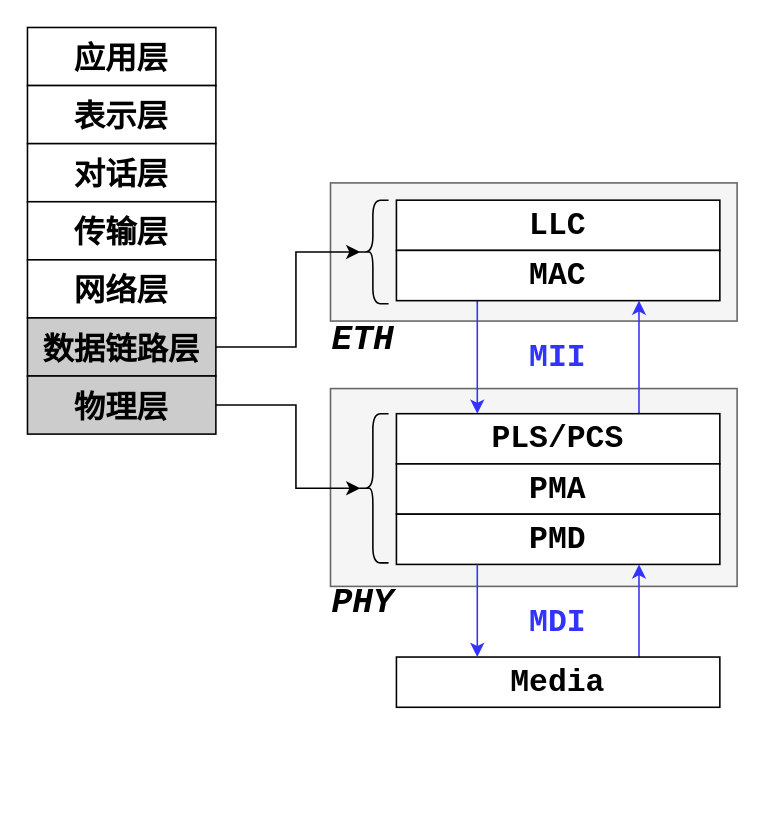
This is sec_learning/Tech_Computer_Architerture/Protocol_Ethernet_Basic_Architecture/pic/drawio/eth.drawio from zobinHuang/zobinhuang.github.io, a draw.io file, before an edit. Source tidied: cells renumbered, new cells numbered last; positions are measured from the earlier drawing's top-left corner, leaving out a move shared by most shapes. Both pictures are drawn from the tidied source at 157%, with x=0, y=0 at pixel (27, 27).
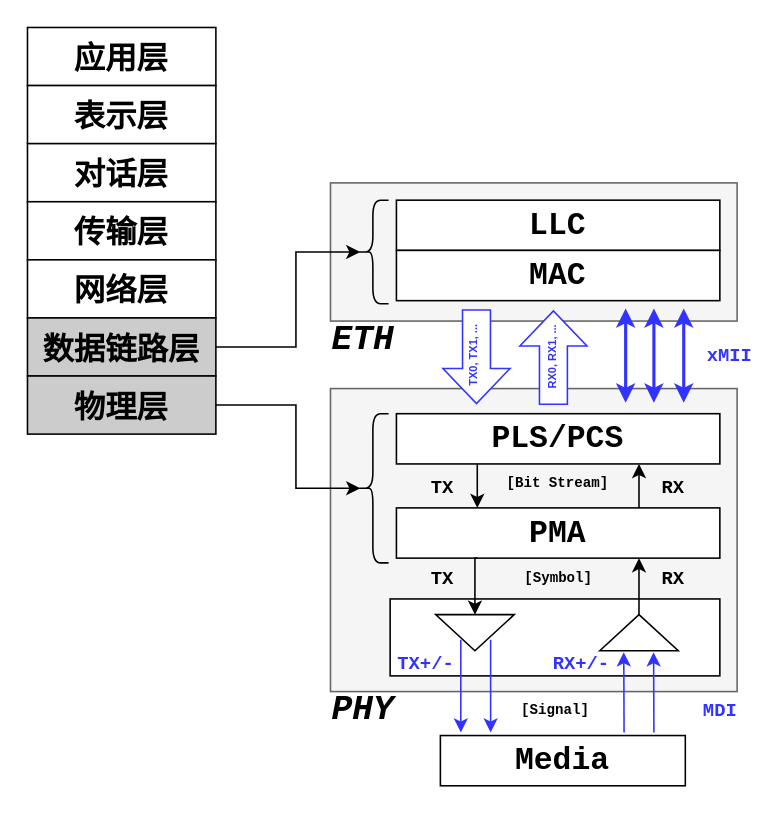
The same page after the edit.

Unchanged cells that the change refers to:
```xml
<mxCell id="13" value="&lt;font&gt;&lt;span style=&quot;font-size: 20px;&quot;&gt;&lt;b&gt;MAC&lt;/b&gt;&lt;/span&gt;&lt;/font&gt;" style="rounded=0;whiteSpace=wrap;html=1;fontFamily=Courier New;" parent="1" vertex="1">
  <mxGeometry x="235" y="142" width="206" height="32" as="geometry" />
</mxCell>
<mxCell id="17" value="&lt;font&gt;&lt;span style=&quot;font-size: 20px;&quot;&gt;&lt;b&gt;PLS/PCS&lt;/b&gt;&lt;/span&gt;&lt;/font&gt;" style="rounded=0;whiteSpace=wrap;html=1;fontFamily=Courier New;" parent="1" vertex="1">
  <mxGeometry x="235" y="246" width="206" height="32" as="geometry" />
</mxCell>
```

The edit, as a diff of the source:
```diff
@@
+    <mxCell id="3" style="rounded=0;whiteSpace=wrap;html=1;fontFamily=Courier New;strokeColor=#666666;fillColor=#f5f5f5;fontColor=#333333;" parent="1" vertex="1">
+      <mxGeometry x="193" y="230" width="259" height="193" as="geometry" />
+    </mxCell>
+    <mxCell id="18" value="&lt;font&gt;&lt;span style=&quot;font-size: 20px;&quot;&gt;&lt;b&gt;PMA&lt;/b&gt;&lt;/span&gt;&lt;/font&gt;" style="rounded=0;whiteSpace=wrap;html=1;fontFamily=Courier New;" parent="3" vertex="1">
+      <mxGeometry x="42" y="76" width="206" height="32" as="geometry" />
+    </mxCell>
+    <mxCell id="29" value="&lt;font style=&quot;font-size: 12px;&quot;&gt;&lt;span style=&quot;font-size: 12px;&quot;&gt;TX&lt;/span&gt;&lt;/font&gt;" style="text;html=1;strokeColor=none;fillColor=none;align=center;verticalAlign=middle;whiteSpace=wrap;rounded=0;fontFamily=Courier New;fontSize=12;fontColor=#000000;fontStyle=1;" parent="3" vertex="1">
+      <mxGeometry x="57" y="59" width="29" height="9" as="geometry" />
+    </mxCell>
+    <mxCell id="30" value="&lt;font style=&quot;font-size: 12px;&quot;&gt;&lt;span style=&quot;font-size: 12px;&quot;&gt;TX&lt;/span&gt;&lt;/font&gt;" style="text;html=1;strokeColor=none;fillColor=none;align=center;verticalAlign=middle;whiteSpace=wrap;rounded=0;fontFamily=Courier New;fontSize=12;fontColor=#000000;fontStyle=1;" parent="3" vertex="1">
+      <mxGeometry x="57" y="117" width="29" height="9" as="geometry" />
+    </mxCell>
+    <mxCell id="31" value="&lt;font style=&quot;font-size: 12px;&quot;&gt;&lt;span style=&quot;font-size: 12px;&quot;&gt;RX&lt;/span&gt;&lt;/font&gt;" style="text;html=1;strokeColor=none;fillColor=none;align=center;verticalAlign=middle;whiteSpace=wrap;rounded=0;fontFamily=Courier New;fontSize=12;fontColor=#000000;fontStyle=1;" parent="3" vertex="1">
+      <mxGeometry x="204" y="117" width="29" height="9" as="geometry" />
+    </mxCell>
+    <mxCell id="32" value="&lt;font style=&quot;font-size: 12px;&quot;&gt;&lt;span style=&quot;font-size: 12px;&quot;&gt;RX&lt;/span&gt;&lt;/font&gt;" style="text;html=1;strokeColor=none;fillColor=none;align=center;verticalAlign=middle;whiteSpace=wrap;rounded=0;fontFamily=Courier New;fontSize=12;fontColor=#000000;fontStyle=1;" parent="3" vertex="1">
+      <mxGeometry x="204" y="59" width="29" height="9" as="geometry" />
+    </mxCell>
+    <mxCell id="33" value="&lt;font style=&quot;font-size: 9px&quot;&gt;&lt;span style=&quot;font-size: 9px&quot;&gt;[Symbol]&lt;/span&gt;&lt;/font&gt;" style="text;html=1;strokeColor=none;fillColor=none;align=center;verticalAlign=middle;whiteSpace=wrap;rounded=0;fontFamily=Courier New;fontSize=9;fontColor=#000000;fontStyle=1;" parent="3" vertex="1">
+      <mxGeometry x="130.5" y="117" width="29" height="9" as="geometry" />
+    </mxCell>
+    <mxCell id="34" value="&lt;font style=&quot;font-size: 9px&quot;&gt;&lt;span style=&quot;font-size: 9px&quot;&gt;[Bit Stream]&lt;/span&gt;&lt;/font&gt;" style="text;html=1;strokeColor=none;fillColor=none;align=center;verticalAlign=middle;whiteSpace=wrap;rounded=0;fontFamily=Courier New;fontSize=9;fontColor=#000000;fontStyle=1;" parent="3" vertex="1">
+      <mxGeometry x="107.2" y="56" width="75.5" height="9" as="geometry" />
+    </mxCell>
+    <mxCell id="19" style="rounded=0;whiteSpace=wrap;html=1;fontFamily=Courier New;" parent="1" vertex="1">
+      <mxGeometry x="231" y="364" width="210" height="49" as="geometry" />
+    </mxCell>
@@
-    <mxCell id="3" style="rounded=0;whiteSpace=wrap;html=1;fontFamily=Courier New;strokeColor=#666666;fillColor=#f5f5f5;fontColor=#333333;" parent="1" vertex="1">
-      <mxGeometry x="193" y="230" width="259" height="126" as="geometry" />
-    </mxCell>
@@
-    <mxCell id="12" style="edgeStyle=orthogonalEdgeStyle;rounded=0;jettySize=auto;html=1;entryX=0.25;entryY=0;entryDx=0;entryDy=0;fontFamily=Courier New;fontSize=20;exitX=0.25;exitY=1;exitDx=0;exitDy=0;strokeColor=#3333FF;" parent="1" edge="1" source="13" target="17">
-      <mxGeometry relative="1" as="geometry" />
-    </mxCell>
@@
-    <mxCell id="16" style="edgeStyle=orthogonalEdgeStyle;rounded=0;jettySize=auto;html=1;entryX=0.75;entryY=1;entryDx=0;entryDy=0;fontFamily=Courier New;fontSize=20;exitX=0.75;exitY=0;exitDx=0;exitDy=0;strokeColor=#3333FF;" parent="1" edge="1" source="17" target="13">
-      <mxGeometry relative="1" as="geometry" />
-    </mxCell>
+    <mxCell id="35" style="edgeStyle=orthogonalEdgeStyle;rounded=0;jettySize=auto;html=1;entryX=0.25;entryY=0;entryDx=0;entryDy=0;exitX=0.25;exitY=1;exitDx=0;exitDy=0;" parent="1" edge="1" source="17" target="18">
+      <mxGeometry relative="1" as="geometry" />
+    </mxCell>
@@
-    <mxCell id="18" value="&lt;font&gt;&lt;span style=&quot;font-size: 20px;&quot;&gt;&lt;b&gt;PMA&lt;/b&gt;&lt;/span&gt;&lt;/font&gt;" style="rounded=0;whiteSpace=wrap;html=1;fontFamily=Courier New;" parent="1" vertex="1">
-      <mxGeometry x="235" y="278" width="206" height="32" as="geometry" />
-    </mxCell>
-    <mxCell id="19" value="&lt;font&gt;&lt;span style=&quot;font-size: 20px;&quot;&gt;&lt;b&gt;PMD&lt;/b&gt;&lt;/span&gt;&lt;/font&gt;" style="rounded=0;whiteSpace=wrap;html=1;fontFamily=Courier New;" parent="1" vertex="1">
-      <mxGeometry x="235" y="310" width="206" height="32" as="geometry" />
-    </mxCell>
@@
-    <mxCell id="22" value="&lt;b&gt;MII&lt;/b&gt;" style="text;html=1;strokeColor=none;fillColor=none;align=center;verticalAlign=middle;whiteSpace=wrap;rounded=0;fontFamily=Courier New;fontSize=20;fontColor=#3333FF;" parent="1" vertex="1">
-      <mxGeometry x="308" y="195" width="60" height="30" as="geometry" />
-    </mxCell>
-    <mxCell id="23" style="edgeStyle=orthogonalEdgeStyle;rounded=0;jettySize=auto;html=1;entryX=0.75;entryY=1;entryDx=0;entryDy=0;fontFamily=Courier New;fontSize=20;exitX=0.75;exitY=0;exitDx=0;exitDy=0;strokeColor=#3333FF;" parent="1" edge="1" source="24" target="19">
-      <mxGeometry relative="1" as="geometry" />
-    </mxCell>
     <mxCell id="24" value="&lt;font&gt;&lt;span style=&quot;font-size: 20px;&quot;&gt;&lt;b&gt;Media&lt;/b&gt;&lt;/span&gt;&lt;/font&gt;" style="rounded=0;whiteSpace=wrap;html=1;fontFamily=Courier New;" parent="1" vertex="1">
-      <mxGeometry x="235" y="401" width="206" height="32" as="geometry" />
+      <mxGeometry x="263" y="451" width="156" height="32" as="geometry" />
     </mxCell>
-    <mxCell id="25" style="edgeStyle=orthogonalEdgeStyle;rounded=0;jettySize=auto;html=1;entryX=0.25;entryY=0;entryDx=0;entryDy=0;fontFamily=Courier New;fontSize=20;exitX=0.25;exitY=1;exitDx=0;exitDy=0;strokeColor=#3333FF;" parent="1" edge="1" source="19" target="24">
-      <mxGeometry relative="1" as="geometry" />
-    </mxCell>
-    <mxCell id="26" value="&lt;b&gt;MDI&lt;/b&gt;" style="text;html=1;strokeColor=none;fillColor=none;align=center;verticalAlign=middle;whiteSpace=wrap;rounded=0;fontFamily=Courier New;fontSize=20;fontColor=#3333FF;" parent="1" vertex="1">
-      <mxGeometry x="308" y="364" width="60" height="30" as="geometry" />
-    </mxCell>
@@
     <mxCell id="28" value="&lt;font style=&quot;font-size: 22px;&quot;&gt;&lt;i&gt;PHY&lt;/i&gt;&lt;/font&gt;" style="text;html=1;strokeColor=none;fillColor=none;align=center;verticalAlign=middle;whiteSpace=wrap;rounded=0;fontFamily=Courier New;fontSize=20;fontColor=#000000;fontStyle=1;" parent="1" vertex="1">
-      <mxGeometry x="184" y="353" width="60" height="30" as="geometry" />
+      <mxGeometry x="184" y="421" width="60" height="30" as="geometry" />
     </mxCell>
+    <mxCell id="36" style="shape=flexArrow;endArrow=classic;html=1;rounded=0;width=17.77777777777778;endSize=7.111111111111112;endWidth=23.950617283950617;fillColor=default;strokeColor=#3333FF;" parent="1" edge="1">
+      <mxGeometry relative="1" as="geometry">
+        <mxPoint x="286" y="179.5" as="sourcePoint" />
+        <mxPoint x="286" y="240" as="targetPoint" />
+      </mxGeometry>
+    </mxCell>
+    <mxCell id="37" value="&lt;b&gt;TX0, TX1, ...&lt;/b&gt;" style="text;html=1;strokeColor=none;fillColor=none;align=center;verticalAlign=middle;whiteSpace=wrap;rounded=0;rotation=-90;fontSize=7;fontColor=#3333FF;" parent="1" vertex="1">
+      <mxGeometry x="263" y="202" width="44" height="14" as="geometry" />
+    </mxCell>
+    <mxCell id="38" style="shape=flexArrow;endArrow=classic;html=1;rounded=0;width=17.77777777777778;endSize=7.111111111111112;endWidth=23.950617283950617;fillColor=default;strokeColor=#3333FF;" parent="1" edge="1">
+      <mxGeometry relative="1" as="geometry">
+        <mxPoint x="335" y="240.5" as="sourcePoint" />
+        <mxPoint x="335" y="180" as="targetPoint" />
+      </mxGeometry>
+    </mxCell>
+    <mxCell id="39" value="&lt;b&gt;RX0, RX1, ...&lt;/b&gt;" style="text;html=1;strokeColor=none;fillColor=none;align=center;verticalAlign=middle;whiteSpace=wrap;rounded=0;rotation=-90;fontSize=7;fontColor=#3333FF;" parent="1" vertex="1">
+      <mxGeometry x="313" y="203" width="44" height="14" as="geometry" />
+    </mxCell>
+    <mxCell id="40" style="endArrow=classic;startArrow=classic;html=1;rounded=0;strokeWidth=2;strokeColor=#3333FF;" parent="1" edge="1">
+      <mxGeometry relative="1" as="geometry">
+        <mxPoint x="381" y="239" as="sourcePoint" />
+        <mxPoint x="381" y="179" as="targetPoint" />
+      </mxGeometry>
+    </mxCell>
+    <mxCell id="41" style="endArrow=classic;startArrow=classic;html=1;rounded=0;strokeWidth=2;strokeColor=#3333FF;" parent="1" edge="1">
+      <mxGeometry relative="1" as="geometry">
+        <mxPoint x="399" y="239" as="sourcePoint" />
+        <mxPoint x="399" y="179" as="targetPoint" />
+      </mxGeometry>
+    </mxCell>
+    <mxCell id="42" style="endArrow=classic;startArrow=classic;html=1;rounded=0;strokeWidth=2;strokeColor=#3333FF;" parent="1" edge="1">
+      <mxGeometry relative="1" as="geometry">
+        <mxPoint x="418" y="239" as="sourcePoint" />
+        <mxPoint x="418" y="179" as="targetPoint" />
+      </mxGeometry>
+    </mxCell>
+    <mxCell id="43" value="&lt;font style=&quot;font-size: 12px;&quot;&gt;&lt;span style=&quot;font-size: 12px;&quot;&gt;xMII&lt;/span&gt;&lt;/font&gt;" style="text;html=1;strokeColor=none;fillColor=none;align=center;verticalAlign=middle;whiteSpace=wrap;rounded=0;fontFamily=Courier New;fontSize=12;fontColor=#3333FF;fontStyle=1;" parent="1" vertex="1">
+      <mxGeometry x="433" y="205.5" width="29" height="9" as="geometry" />
+    </mxCell>
+    <mxCell id="44" style="edgeStyle=orthogonalEdgeStyle;rounded=0;jettySize=auto;html=1;entryX=0.75;entryY=1;entryDx=0;entryDy=0;exitX=0.75;exitY=0;exitDx=0;exitDy=0;" parent="1" edge="1" source="18" target="17">
+      <mxGeometry relative="1" as="geometry" />
+    </mxCell>
+    <mxCell id="45" style="edgeStyle=orthogonalEdgeStyle;rounded=0;jettySize=auto;html=1;entryX=0;entryY=0.5;entryDx=0;entryDy=0;exitX=0.25;exitY=1;exitDx=0;exitDy=0;" parent="1" edge="1" source="18" target="46">
+      <mxGeometry relative="1" as="geometry" />
+    </mxCell>
+    <mxCell id="46" style="triangle;whiteSpace=wrap;html=1;rotation=90;" parent="1" vertex="1">
+      <mxGeometry x="273.5" y="360.5" width="23" height="50" as="geometry" />
+    </mxCell>
+    <mxCell id="47" style="triangle;whiteSpace=wrap;html=1;rotation=-90;" parent="1" vertex="1">
+      <mxGeometry x="378" y="360.5" width="23" height="50" as="geometry" />
+    </mxCell>
+    <mxCell id="48" style="edgeStyle=orthogonalEdgeStyle;rounded=0;jettySize=auto;html=1;entryX=0.75;entryY=1;entryDx=0;entryDy=0;exitX=1;exitY=0.5;exitDx=0;exitDy=0;" parent="1" edge="1" source="47" target="18">
+      <mxGeometry relative="1" as="geometry">
+        <Array as="points">
+          <mxPoint x="390" y="367" />
+          <mxPoint x="390" y="367" />
+        </Array>
+      </mxGeometry>
+    </mxCell>
+    <mxCell id="49" style="endArrow=classic;html=1;rounded=0;strokeColor=#3333FF;" parent="1" edge="1">
+      <mxGeometry relative="1" as="geometry">
+        <mxPoint x="276" y="390" as="sourcePoint" />
+        <mxPoint x="276" y="449" as="targetPoint" />
+      </mxGeometry>
+    </mxCell>
+    <mxCell id="50" style="endArrow=classic;html=1;rounded=0;strokeColor=#3333FF;" parent="1" edge="1">
+      <mxGeometry relative="1" as="geometry">
+        <mxPoint x="295" y="390" as="sourcePoint" />
+        <mxPoint x="295" y="449" as="targetPoint" />
+      </mxGeometry>
+    </mxCell>
+    <mxCell id="51" style="endArrow=classic;html=1;rounded=0;strokeColor=#3333FF;" parent="1" edge="1">
+      <mxGeometry relative="1" as="geometry">
+        <mxPoint x="380" y="449" as="sourcePoint" />
+        <mxPoint x="379.8" y="398" as="targetPoint" />
+      </mxGeometry>
+    </mxCell>
+    <mxCell id="52" style="endArrow=classic;html=1;rounded=0;strokeColor=#3333FF;" parent="1" edge="1">
+      <mxGeometry relative="1" as="geometry">
+        <mxPoint x="399" y="449" as="sourcePoint" />
+        <mxPoint x="398.8" y="398" as="targetPoint" />
+      </mxGeometry>
+    </mxCell>
+    <mxCell id="26" value="&lt;font style=&quot;font-size: 12px;&quot;&gt;&lt;span style=&quot;font-size: 12px;&quot;&gt;MDI&lt;/span&gt;&lt;/font&gt;" style="text;html=1;strokeColor=none;fillColor=none;align=center;verticalAlign=middle;whiteSpace=wrap;rounded=0;fontFamily=Courier New;fontSize=12;fontColor=#3333FF;fontStyle=1;" parent="1" vertex="1">
+      <mxGeometry x="427" y="431.5" width="29" height="9" as="geometry" />
+    </mxCell>
+    <mxCell id="53" value="&lt;font style=&quot;font-size: 12px;&quot;&gt;&lt;span style=&quot;font-size: 12px;&quot;&gt;TX+/-&lt;/span&gt;&lt;/font&gt;" style="text;html=1;strokeColor=none;fillColor=none;align=center;verticalAlign=middle;whiteSpace=wrap;rounded=0;fontFamily=Courier New;fontSize=12;fontColor=#3333FF;fontStyle=1;" parent="1" vertex="1">
+      <mxGeometry x="235" y="401.5" width="38" height="9" as="geometry" />
+    </mxCell>
+    <mxCell id="54" value="&lt;font style=&quot;font-size: 12px;&quot;&gt;&lt;span style=&quot;font-size: 12px;&quot;&gt;RX+/-&lt;/span&gt;&lt;/font&gt;" style="text;html=1;strokeColor=none;fillColor=none;align=center;verticalAlign=middle;whiteSpace=wrap;rounded=0;fontFamily=Courier New;fontSize=12;fontColor=#3333FF;fontStyle=1;" parent="1" vertex="1">
+      <mxGeometry x="334" y="401.5" width="38" height="9" as="geometry" />
+    </mxCell>
+    <mxCell id="55" value="&lt;font style=&quot;font-size: 9px&quot;&gt;&lt;span style=&quot;font-size: 9px&quot;&gt;[Signal]&lt;/span&gt;&lt;/font&gt;" style="text;html=1;strokeColor=none;fillColor=none;align=center;verticalAlign=middle;whiteSpace=wrap;rounded=0;fontFamily=Courier New;fontSize=9;fontColor=#000000;fontStyle=1;" parent="1" vertex="1">
+      <mxGeometry x="321.5" y="431.5" width="29" height="9" as="geometry" />
+    </mxCell>
```
